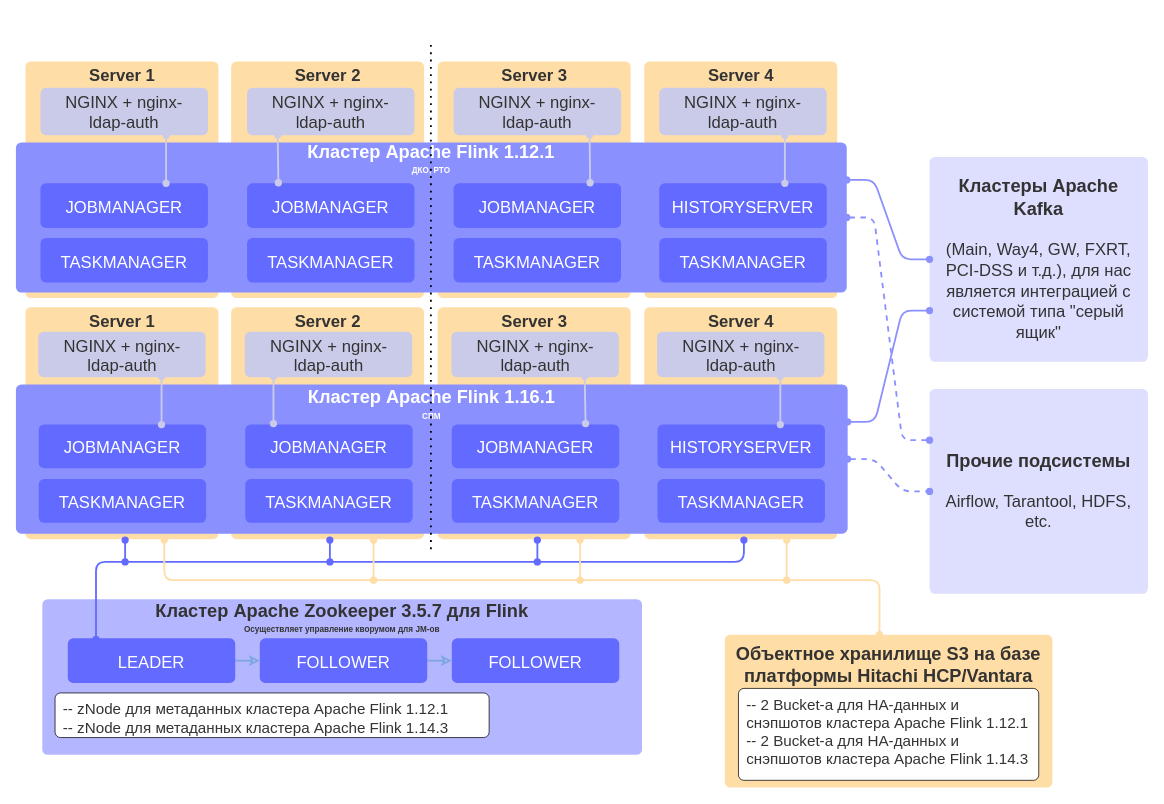
This is Flink.drawio from parametriq/diagrams, a draw.io file, before an edit. Source tidied: cells renumbered, new cells numbered last; positions are measured from the earlier drawing's top-left corner, leaving out a move shared by most shapes. Both pictures are drawn from the tidied source at 91%, with x=0, y=0 at pixel (15, 39).
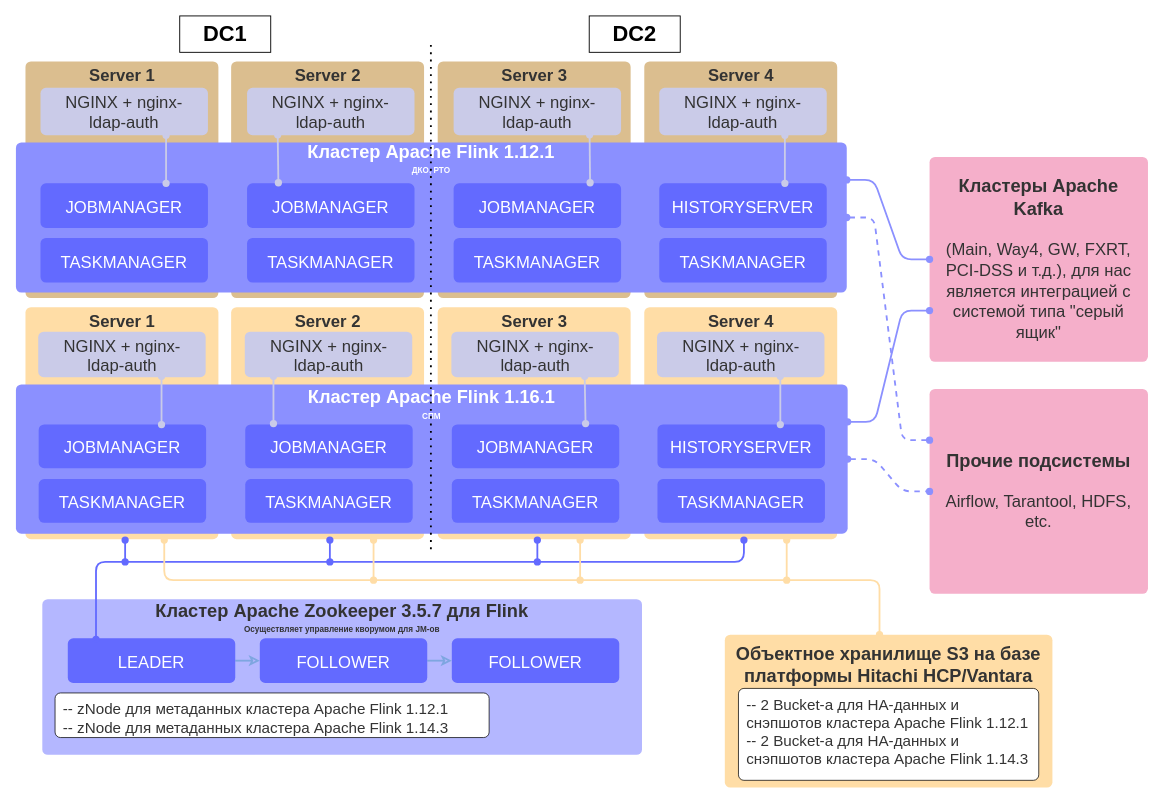
Above is the later version.

What changed in the source:
```diff
@@
-    <mxCell id="2" value="Server 1" style="html=1;overflow=block;blockSpacing=1;whiteSpace=wrap;fontSize=18.3;fontColor=#333333;fontStyle=1;spacingLeft=8.4;spacingRight=8.4;spacingTop=2.4;spacing=3.6;verticalAlign=top;strokeOpacity=0;fillOpacity=100;rounded=1;absoluteArcSize=1;arcSize=12;fillColor=#ffdda6;strokeWidth=0.8;" parent="1" vertex="1">
+    <mxCell id="2" value="Server 1" style="html=1;overflow=block;blockSpacing=1;whiteSpace=wrap;fontSize=18.3;fontColor=#333333;fontStyle=1;spacingLeft=8.4;spacingRight=8.4;spacingTop=2.4;spacing=3.6;verticalAlign=top;strokeOpacity=0;fillOpacity=100;rounded=1;absoluteArcSize=1;arcSize=12;fillColor=#DBBE8F;strokeWidth=0.8;" parent="1" vertex="1">
       <mxGeometry x="10.5" y="24" width="212" height="260" as="geometry" />
     </mxCell>
-    <mxCell id="3" value="Server 2" style="html=1;overflow=block;blockSpacing=1;whiteSpace=wrap;fontSize=18.3;fontColor=#333333;fontStyle=1;spacingLeft=8.4;spacingRight=8.4;spacingTop=2.4;spacing=3.6;verticalAlign=top;strokeOpacity=0;fillOpacity=100;rounded=1;absoluteArcSize=1;arcSize=12;fillColor=#ffdda6;strokeWidth=0.8;" parent="1" vertex="1">
+    <mxCell id="3" value="Server 2" style="html=1;overflow=block;blockSpacing=1;whiteSpace=wrap;fontSize=18.3;fontColor=#333333;fontStyle=1;spacingLeft=8.4;spacingRight=8.4;spacingTop=2.4;spacing=3.6;verticalAlign=top;strokeOpacity=0;fillOpacity=100;rounded=1;absoluteArcSize=1;arcSize=12;fillColor=#DBBE8F;strokeWidth=0.8;" parent="1" vertex="1">
       <mxGeometry x="236.5" y="24" width="212" height="260" as="geometry" />
     </mxCell>
-    <mxCell id="4" value="Server 3" style="html=1;overflow=block;blockSpacing=1;whiteSpace=wrap;fontSize=18.3;fontColor=#333333;fontStyle=1;spacingLeft=8.4;spacingRight=8.4;spacingTop=2.4;spacing=3.6;verticalAlign=top;strokeOpacity=0;fillOpacity=100;rounded=1;absoluteArcSize=1;arcSize=12;fillColor=#ffdda6;strokeWidth=0.8;" parent="1" vertex="1">
+    <mxCell id="4" value="Server 3" style="html=1;overflow=block;blockSpacing=1;whiteSpace=wrap;fontSize=18.3;fontColor=#333333;fontStyle=1;spacingLeft=8.4;spacingRight=8.4;spacingTop=2.4;spacing=3.6;verticalAlign=top;strokeOpacity=0;fillOpacity=100;rounded=1;absoluteArcSize=1;arcSize=12;fillColor=#DBBE8F;strokeWidth=0.8;" parent="1" vertex="1">
       <mxGeometry x="463.5" y="24" width="212" height="260" as="geometry" />
     </mxCell>
-    <mxCell id="5" value="Server 4" style="html=1;overflow=block;blockSpacing=1;whiteSpace=wrap;fontSize=18.3;fontColor=#333333;fontStyle=1;spacingLeft=8.4;spacingRight=8.4;spacingTop=2.4;spacing=3.6;verticalAlign=top;strokeOpacity=0;fillOpacity=100;rounded=1;absoluteArcSize=1;arcSize=12;fillColor=#ffdda6;strokeWidth=0.8;" parent="1" vertex="1">
+    <mxCell id="5" value="Server 4" style="html=1;overflow=block;blockSpacing=1;whiteSpace=wrap;fontSize=18.3;fontColor=#333333;fontStyle=1;spacingLeft=8.4;spacingRight=8.4;spacingTop=2.4;spacing=3.6;verticalAlign=top;strokeOpacity=0;fillOpacity=100;rounded=1;absoluteArcSize=1;arcSize=12;fillColor=#DBBE8F;strokeWidth=0.8;" parent="1" vertex="1">
       <mxGeometry x="690.5" y="24" width="212" height="260" as="geometry" />
     </mxCell>
@@
-    <mxCell id="15" value="&lt;div style=&quot;display: flex; justify-content: center; text-align: center; align-items: baseline; font-size: 0; line-height: 1.25;margin-left: 8.4px;margin-right: 8.4px;margin-top: 2.4px;margin-top: -2px;&quot;&gt;&lt;span&gt;&lt;span style=&quot;font-size:20px;color:#333333;font-weight: bold;&quot;&gt;Кластеры Apache Kafka&#10;&lt;/span&gt;&lt;/span&gt;&lt;/div&gt;&lt;div style=&quot;display: flex; justify-content: center; text-align: center; align-items: baseline; font-size: 0; line-height: 1.25;margin-top: -2px;&quot;&gt;&lt;span&gt;&lt;span style=&quot;font-size:13px;color:#333333;&quot;&gt;&lt;span style=&quot;font-size:18.3px;color:#333333;&quot;&gt;&#10;(Main, Way4, GW, FXRT, PCI-DSS и т.д.), для нас является интеграцией с системой типа &quot;серый ящик&quot;&lt;/span&gt;&lt;/span&gt;&lt;/span&gt;&lt;/div&gt;" style="html=1;overflow=block;blockSpacing=1;whiteSpace=wrap;fontSize=13;spacing=3.6;verticalAlign=middle;strokeOpacity=0;fillOpacity=100;rounded=1;absoluteArcSize=1;arcSize=12;fillColor=#dedfff;strokeWidth=0.8;" parent="1" vertex="1">
+    <mxCell id="15" value="&lt;div style=&quot;display: flex; justify-content: center; text-align: center; align-items: baseline; font-size: 0; line-height: 1.25;margin-left: 8.4px;margin-right: 8.4px;margin-top: 2.4px;margin-top: -2px;&quot;&gt;&lt;span&gt;&lt;span style=&quot;font-size:20px;color:#333333;font-weight: bold;&quot;&gt;Кластеры Apache Kafka&#10;&lt;/span&gt;&lt;/span&gt;&lt;/div&gt;&lt;div style=&quot;display: flex; justify-content: center; text-align: center; align-items: baseline; font-size: 0; line-height: 1.25;margin-top: -2px;&quot;&gt;&lt;span&gt;&lt;span style=&quot;font-size:13px;color:#333333;&quot;&gt;&lt;span style=&quot;font-size:18.3px;color:#333333;&quot;&gt;&#10;(Main, Way4, GW, FXRT, PCI-DSS и т.д.), для нас является интеграцией с системой типа &quot;серый ящик&quot;&lt;/span&gt;&lt;/span&gt;&lt;/span&gt;&lt;/div&gt;" style="html=1;overflow=block;blockSpacing=1;whiteSpace=wrap;fontSize=13;spacing=3.6;verticalAlign=middle;strokeOpacity=0;fillOpacity=100;rounded=1;absoluteArcSize=1;arcSize=12;fillColor=#f5afca;strokeWidth=0.8;fillStyle=solid;" parent="1" vertex="1">
       <mxGeometry x="1004" y="129" width="240" height="225" as="geometry" />
     </mxCell>
@@
-    <mxCell id="33" value="&lt;div style=&quot;display: flex; justify-content: center; text-align: center; align-items: baseline; font-size: 0; line-height: 1.25;margin-left: 8.4px;margin-right: 8.4px;margin-top: 2.4px;margin-top: -2px;&quot;&gt;&lt;span&gt;&lt;span style=&quot;font-size:20px;color:#333333;font-weight: bold;&quot;&gt;Прочие подсистемы&#10;&lt;/span&gt;&lt;/span&gt;&lt;/div&gt;&lt;div style=&quot;display: flex; justify-content: center; text-align: center; align-items: baseline; font-size: 0; line-height: 1.25;margin-top: -2px;&quot;&gt;&lt;span&gt;&lt;span style=&quot;font-size:13px;color:#333333;&quot;&gt;&lt;span style=&quot;font-size:18.3px;color:#333333;&quot;&gt;&#10;Airflow, Tarantool, HDFS, etc.&lt;/span&gt;&lt;/span&gt;&lt;/span&gt;&lt;/div&gt;" style="html=1;overflow=block;blockSpacing=1;whiteSpace=wrap;fontSize=13;spacing=3.6;verticalAlign=middle;strokeOpacity=0;fillOpacity=100;rounded=1;absoluteArcSize=1;arcSize=12;fillColor=#dedfff;strokeWidth=0.8;" parent="1" vertex="1">
+    <mxCell id="33" value="&lt;div style=&quot;display: flex; justify-content: center; text-align: center; align-items: baseline; font-size: 0; line-height: 1.25;margin-left: 8.4px;margin-right: 8.4px;margin-top: 2.4px;margin-top: -2px;&quot;&gt;&lt;span&gt;&lt;span style=&quot;font-size:20px;color:#333333;font-weight: bold;&quot;&gt;Прочие подсистемы&#10;&lt;/span&gt;&lt;/span&gt;&lt;/div&gt;&lt;div style=&quot;display: flex; justify-content: center; text-align: center; align-items: baseline; font-size: 0; line-height: 1.25;margin-top: -2px;&quot;&gt;&lt;span&gt;&lt;span style=&quot;font-size:13px;color:#333333;&quot;&gt;&lt;span style=&quot;font-size:18.3px;color:#333333;&quot;&gt;&#10;Airflow, Tarantool, HDFS, etc.&lt;/span&gt;&lt;/span&gt;&lt;/span&gt;&lt;/div&gt;" style="html=1;overflow=block;blockSpacing=1;whiteSpace=wrap;fontSize=13;spacing=3.6;verticalAlign=middle;strokeOpacity=0;fillOpacity=100;rounded=1;absoluteArcSize=1;arcSize=12;fillColor=#f5afca;strokeWidth=0.8;fillStyle=solid;" parent="1" vertex="1">
       <mxGeometry x="1004" y="384" width="240" height="225" as="geometry" />
     </mxCell>
@@
+    <mxCell id="68" value="&lt;b style=&quot;font-size: 24px;&quot;&gt;DC1&lt;/b&gt;" style="rounded=0;whiteSpace=wrap;html=1;fontSize=24;" parent="1" vertex="1">
+      <mxGeometry x="180" y="-26" width="100" height="40" as="geometry" />
+    </mxCell>
+    <mxCell id="69" value="&lt;b style=&quot;font-size: 24px;&quot;&gt;DC2&lt;/b&gt;" style="rounded=0;whiteSpace=wrap;html=1;fontSize=24;" parent="1" vertex="1">
+      <mxGeometry x="630" y="-26" width="100" height="40" as="geometry" />
+    </mxCell>
```
